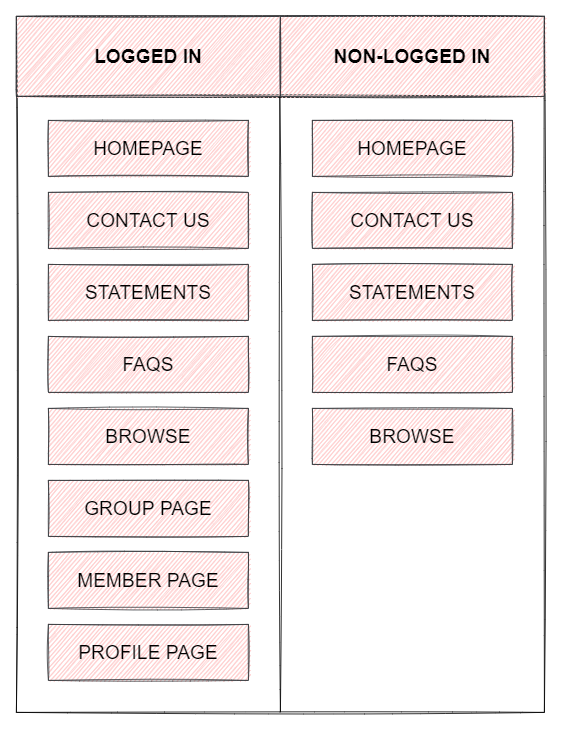
Earlier version of the draw.io export documentation/screenshots/information-architecture.png (lmw95/MS3-worldsmiths). Source tidied: cells renumbered, new cells last; positions are measured from the earlier drawing's top-left corner, leaving out a move shared by most shapes.
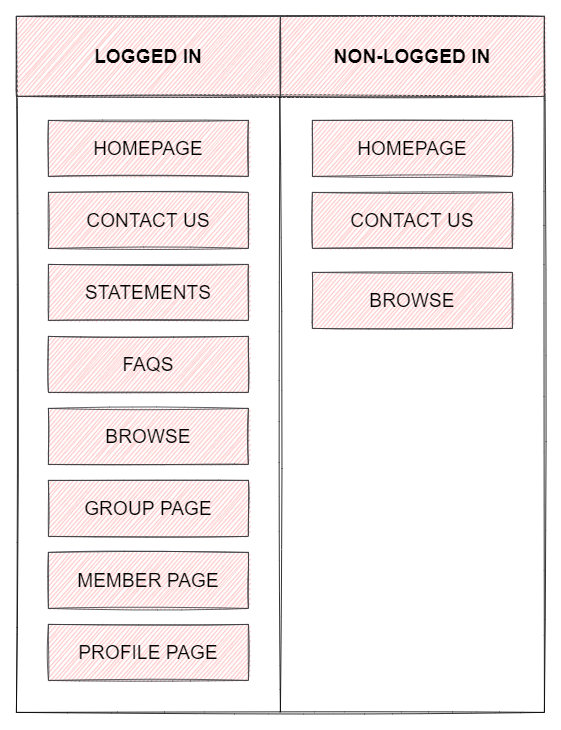
Later version of the same file.

Diff of the diagram source:
```diff
@@ -37,20 +37,14 @@
     <mxCell id="11" value="STATEMENTS" style="rounded=0;whiteSpace=wrap;html=1;labelBackgroundColor=none;sketch=1;fontSize=24;strokeColor=#36393d;fillColor=#ffcccc;" parent="1" vertex="1">
       <mxGeometry x="40" y="310" width="250" height="70" as="geometry" />
     </mxCell>
-    <mxCell id="12" value="STATEMENTS" style="rounded=0;whiteSpace=wrap;html=1;labelBackgroundColor=none;sketch=1;fontSize=24;strokeColor=#36393d;fillColor=#ffcccc;" parent="1" vertex="1">
-      <mxGeometry x="370" y="310" width="250" height="70" as="geometry" />
-    </mxCell>
     <mxCell id="13" value="FAQS&lt;span style=&quot;color: rgba(0 , 0 , 0 , 0) ; font-family: monospace ; font-size: 0px&quot;&gt;%3CmxGraphModel%3E%3Croot%3E%3CmxCell%20id%3D%220%22%2F%3E%3CmxCell%20id%3D%221%22%20parent%3D%220%22%2F%3E%3CmxCell%20id%3D%222%22%20value%3D%22STATEMENTS%22%20style%3D%22rounded%3D0%3BwhiteSpace%3Dwrap%3Bhtml%3D1%3BlabelBackgroundColor%3Dnone%3Bsketch%3D1%3BfontSize%3D24%3BstrokeColor%3D%2336393d%3BfillColor%3D%23ffcccc%3B%22%20vertex%3D%221%22%20parent%3D%221%22%3E%3CmxGeometry%20x%3D%22160%22%20y%3D%22240%22%20width%3D%22250%22%20height%3D%2270%22%20as%3D%22geometry%22%2F%3E%3C%2FmxCell%3E%3C%2Froot%3E%3C%2FmxGraphModel%3E&lt;/span&gt;" style="rounded=0;whiteSpace=wrap;html=1;labelBackgroundColor=none;sketch=1;fontSize=24;strokeColor=#36393d;fillColor=#ffcccc;" parent="1" vertex="1">
       <mxGeometry x="40" y="400" width="250" height="70" as="geometry" />
     </mxCell>
-    <mxCell id="14" value="FAQS&lt;span style=&quot;color: rgba(0 , 0 , 0 , 0) ; font-family: monospace ; font-size: 0px&quot;&gt;%3CmxGraphModel%3E%3Croot%3E%3CmxCell%20id%3D%220%22%2F%3E%3CmxCell%20id%3D%221%22%20parent%3D%220%22%2F%3E%3CmxCell%20id%3D%222%22%20value%3D%22STATEMENTS%22%20style%3D%22rounded%3D0%3BwhiteSpace%3Dwrap%3Bhtml%3D1%3BlabelBackgroundColor%3Dnone%3Bsketch%3D1%3BfontSize%3D24%3BstrokeColor%3D%2336393d%3BfillColor%3D%23ffcccc%3B%22%20vertex%3D%221%22%20parent%3D%221%22%3E%3CmxGeometry%20x%3D%22160%22%20y%3D%22240%22%20width%3D%22250%22%20height%3D%2270%22%20as%3D%22geometry%22%2F%3E%3C%2FmxCell%3E%3C%2Froot%3E%3C%2FmxGraphModel%3E&lt;/span&gt;" style="rounded=0;whiteSpace=wrap;html=1;labelBackgroundColor=none;sketch=1;fontSize=24;strokeColor=#36393d;fillColor=#ffcccc;" parent="1" vertex="1">
-      <mxGeometry x="370" y="400" width="250" height="70" as="geometry" />
-    </mxCell>
     <mxCell id="15" value="BROWSE" style="rounded=0;whiteSpace=wrap;html=1;labelBackgroundColor=none;sketch=1;fontSize=24;strokeColor=#36393d;fillColor=#ffcccc;" parent="1" vertex="1">
       <mxGeometry x="40" y="490" width="250" height="70" as="geometry" />
     </mxCell>
     <mxCell id="16" value="BROWSE" style="rounded=0;whiteSpace=wrap;html=1;labelBackgroundColor=none;sketch=1;fontSize=24;strokeColor=#36393d;fillColor=#ffcccc;" parent="1" vertex="1">
-      <mxGeometry x="370" y="490" width="250" height="70" as="geometry" />
+      <mxGeometry x="370" y="320" width="250" height="70" as="geometry" />
     </mxCell>
     <mxCell id="17" value="GROUP PAGE" style="rounded=0;whiteSpace=wrap;html=1;labelBackgroundColor=none;sketch=1;fontSize=24;strokeColor=#36393d;fillColor=#ffcccc;" parent="1" vertex="1">
       <mxGeometry x="40" y="580" width="250" height="70" as="geometry" />
```
